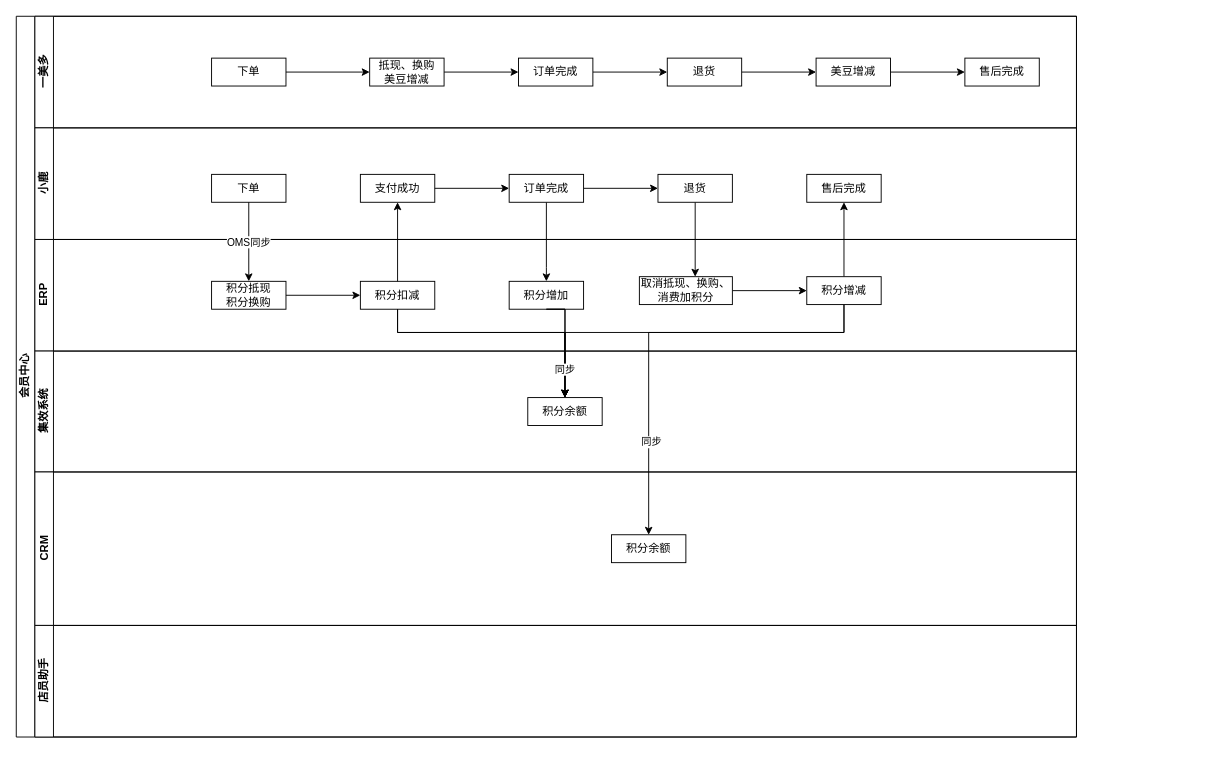
This is page "Page-1" (1 of 4) of 会员.drawio from JustDoItHilary/HilarysTraining, a draw.io file, before an edit. Source tidied: cells renumbered, new cells numbered last; positions are measured from the earlier drawing's top-left corner, leaving out a move shared by most shapes. Both pictures are drawn from the tidied source at 93%, with x=0, y=0 at pixel (16, 16).
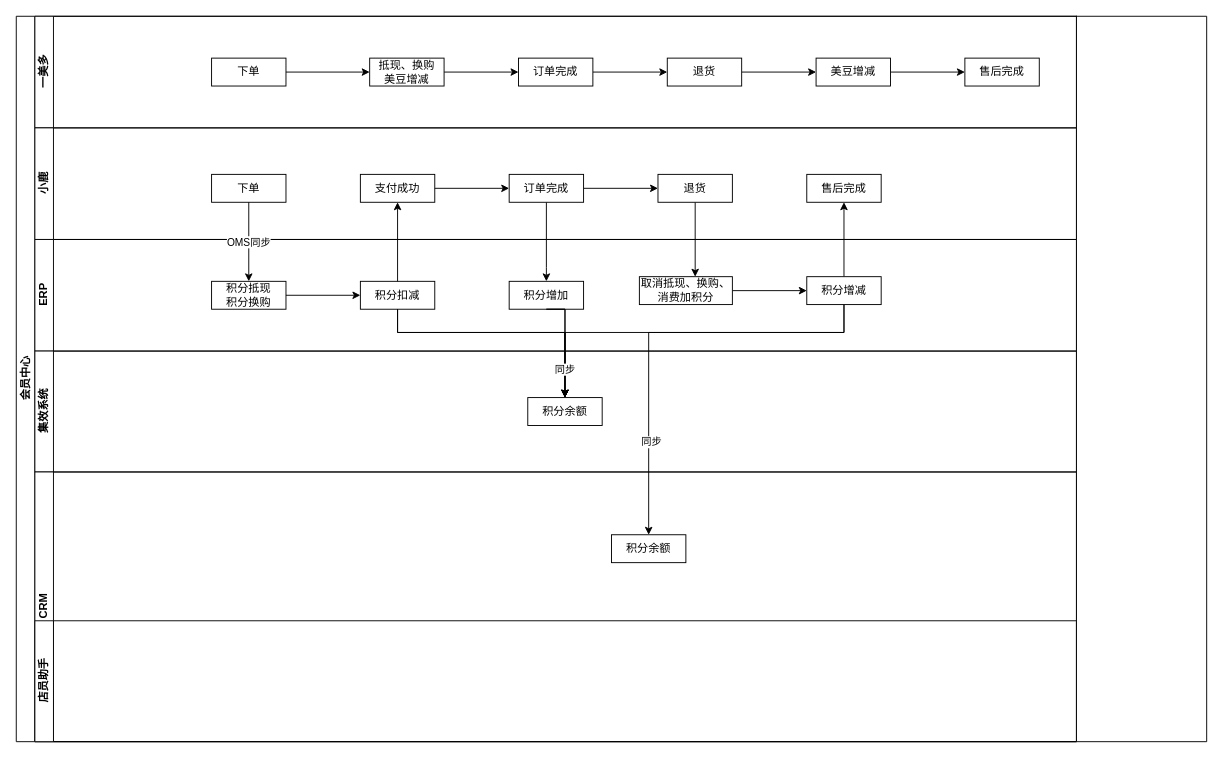
The same page after the edit.

The edit, as a diff of the source:
```diff
@@
     <mxCell id="2" value="会员中心" style="swimlane;html=1;horizontal=0;startSize=20;" parent="1" vertex="1">
-      <mxGeometry width="1140" height="775" as="geometry" />
+      <mxGeometry width="1140" height="780" as="geometry" />
     </mxCell>
@@
     <mxCell id="15" value="CRM" style="swimlane;html=1;startSize=20;horizontal=0;" parent="2" vertex="1">
-      <mxGeometry x="20" y="490" width="1120" height="165" as="geometry" />
+      <mxGeometry x="20" y="490" width="1120" height="290" as="geometry" />
     </mxCell>
@@
-    <mxCell id="17" value="店员助手" style="swimlane;html=1;startSize=20;horizontal=0;" parent="2" vertex="1">
-      <mxGeometry x="20" y="655" width="1120" height="120" as="geometry" />
+    <mxCell id="17" value="店员助手" style="swimlane;html=1;startSize=20;horizontal=0;" parent="15" vertex="1">
+      <mxGeometry y="160" width="1120" height="130" as="geometry" />
     </mxCell>
@@
+    <mxCell id="49" style="shape=table;html=1;whiteSpace=wrap;startSize=0;childLayout=tableLayout;" parent="1" vertex="1">
+      <mxGeometry x="1140" width="140" height="780" as="geometry" />
+    </mxCell>
+    <mxCell id="50" style="shape=partialRectangle;html=1;whiteSpace=wrap;fillColor=none;top=0;left=0;bottom=0;right=0;" parent="49" vertex="1">
+      <mxGeometry width="140" height="780" as="geometry" />
+    </mxCell>
+    <mxCell id="51" style="shape=partialRectangle;html=1;whiteSpace=wrap;overflow=hidden;fillColor=none;top=0;left=0;bottom=0;right=0;direction=south;" parent="50" vertex="1">
+      <mxGeometry width="140" height="780" as="geometry" />
+    </mxCell>
```
